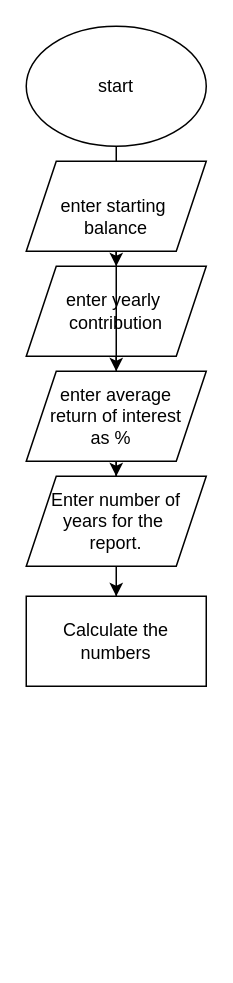
Above: Untitled Diagram.drawio in WilsonTalentCenter/advpseudoflow-Drewiitala (draw.io), before the change. Source tidied: cells renumbered, new cells numbered last; positions are measured from the earlier drawing's top-left corner, leaving out a move shared by most shapes. Both pictures are drawn from the tidied source at 150%, with x=0, y=0 at pixel (26, 26).
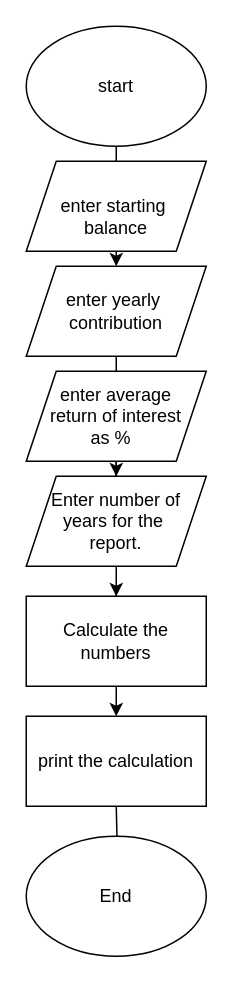
After the change.

Unchanged cells that the change refers to:
```xml
<mxCell id="5" value="&lt;br&gt;enter starting&amp;nbsp;&lt;br&gt;balance" style="shape=parallelogram;perimeter=parallelogramPerimeter;whiteSpace=wrap;html=1;fixedSize=1;" parent="1" vertex="1">
  <mxGeometry y="90" width="120" height="60" as="geometry" />
</mxCell>
<mxCell id="12" value="enter average&lt;br&gt;return of interest&lt;br&gt;as %&amp;nbsp;&amp;nbsp;" style="shape=parallelogram;perimeter=parallelogramPerimeter;whiteSpace=wrap;html=1;fixedSize=1;" parent="1" vertex="1">
  <mxGeometry y="230" width="120" height="60" as="geometry" />
</mxCell>
<mxCell id="14" value="Calculate the numbers" style="whiteSpace=wrap;html=1;" parent="1" vertex="1">
  <mxGeometry y="380" width="120" height="60" as="geometry" />
</mxCell>
```

The edit, as a diff of the source:
```diff
@@
-    <mxCell id="13" style="edgeStyle=orthogonalEdgeStyle;rounded=0;jettySize=auto;html=1;" parent="1" edge="1" source="5" target="12">
-      <mxGeometry relative="1" as="geometry" />
-    </mxCell>
+    <mxCell id="15" style="edgeStyle=orthogonalEdgeStyle;rounded=0;jettySize=auto;html=1;" parent="1" edge="1" source="14">
+      <mxGeometry relative="1" as="geometry">
+        <mxPoint x="60" y="460" as="targetPoint" />
+      </mxGeometry>
+    </mxCell>
@@
+    <mxCell id="16" style="edgeStyle=orthogonalEdgeStyle;rounded=0;jettySize=auto;html=1;" parent="1" edge="1" target="17">
+      <mxGeometry relative="1" as="geometry">
+        <mxPoint x="60" y="520" as="sourcePoint" />
+      </mxGeometry>
+    </mxCell>
+    <mxCell id="17" value="End" style="ellipse;whiteSpace=wrap;html=1;" parent="1" vertex="1">
+      <mxGeometry y="540" width="120" height="80" as="geometry" />
+    </mxCell>
+    <mxCell id="18" value="print the calculation" style="rounded=0;whiteSpace=wrap;html=1;" parent="1" vertex="1">
+      <mxGeometry y="460" width="120" height="60" as="geometry" />
+    </mxCell>
```
